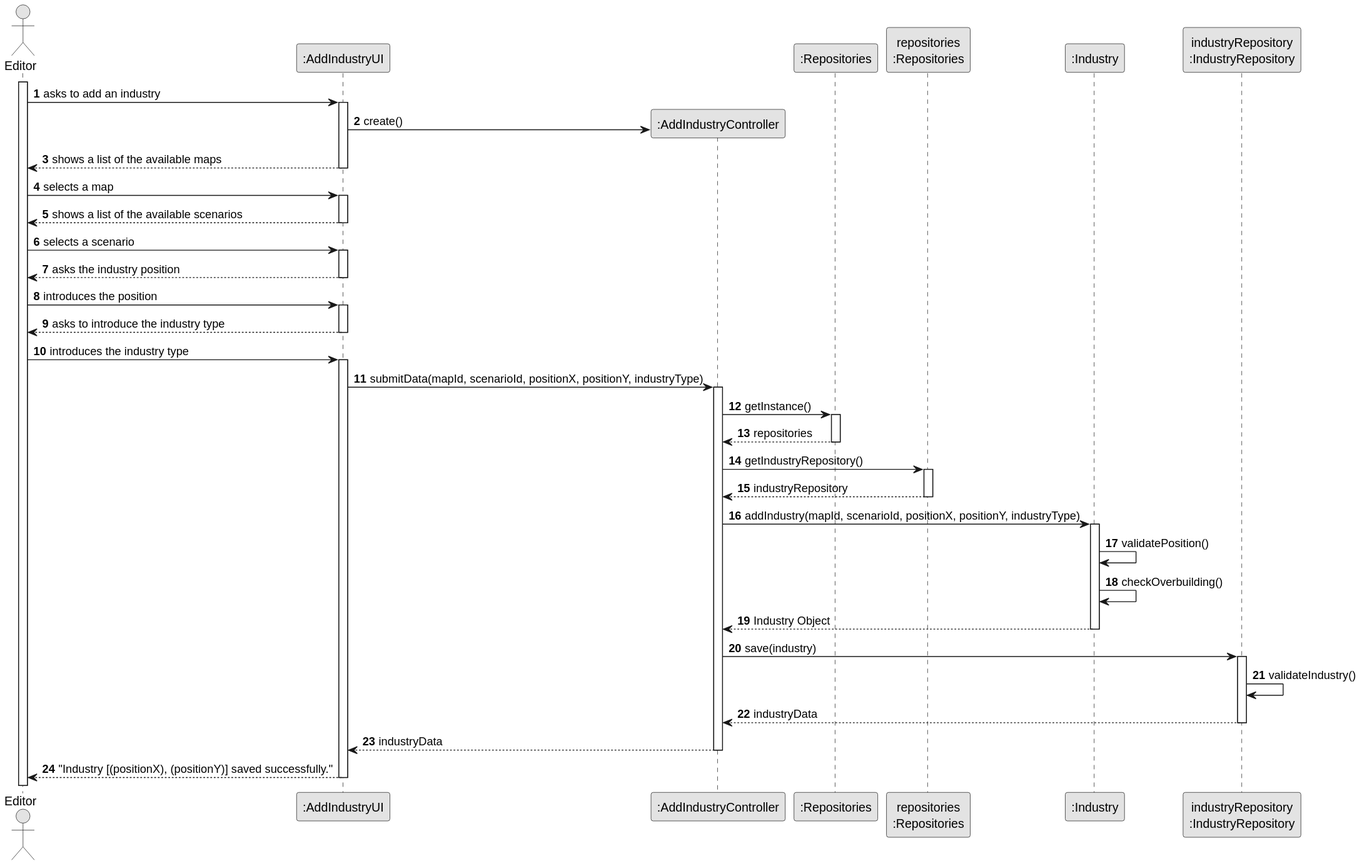
This is docs/sprint3/us002/03.design/svg/us002-sequence-diagram-full.svg from ivasduarte/all-aboard, a PlantUML export, as it was before one commit. The source it was exported from:
```plantuml
@startuml
skinparam monochrome true
skinparam packageStyle rectangle
skinparam shadowing false

autonumber

actor "Editor" as Editor
participant ":AddIndustryUI" as UI

activate Editor

Editor -> UI : asks to add an industry
activate UI

create ":AddIndustryController" as CTRL
UI -> CTRL : create()

participant ":Repositories" as REPS
participant "repositories\n:Repositories" as reps
participant ":Industry" as IND
participant "industryRepository\n:IndustryRepository" as repo

UI --> Editor : shows a list of the available maps
deactivate UI

Editor -> UI : selects a map
activate UI

UI --> Editor : shows a list of the available scenarios
deactivate UI

Editor -> UI : selects a scenario
activate UI

UI --> Editor : asks the industry position
deactivate UI

Editor -> UI : introduces the position
activate UI

UI --> Editor : asks to introduce the industry type
deactivate UI

Editor -> UI : introduces the industry type
activate UI

UI -> CTRL : submitData(mapId, scenarioId, positionX, positionY, industryType)
activate CTRL

CTRL -> REPS : getInstance()
activate  REPS

REPS --> CTRL : repositories
deactivate REPS

CTRL -> reps : getIndustryRepository()
activate reps

reps --> CTRL : industryRepository
deactivate reps

CTRL -> IND : addIndustry(mapId, scenarioId, positionX, positionY, industryType)
activate IND

IND -> IND : validatePosition()
IND -> IND : checkOverbuilding()

IND --> CTRL : Industry Object
deactivate IND

CTRL -> repo : save(industry)
activate repo

repo -> repo : validateIndustry()

repo --> CTRL : industryData
deactivate repo

CTRL --> UI : industryData
deactivate CTRL

UI --> Editor : "Industry [(positionX), (positionY)] saved successfully."
deactivate UI
@enduml
```
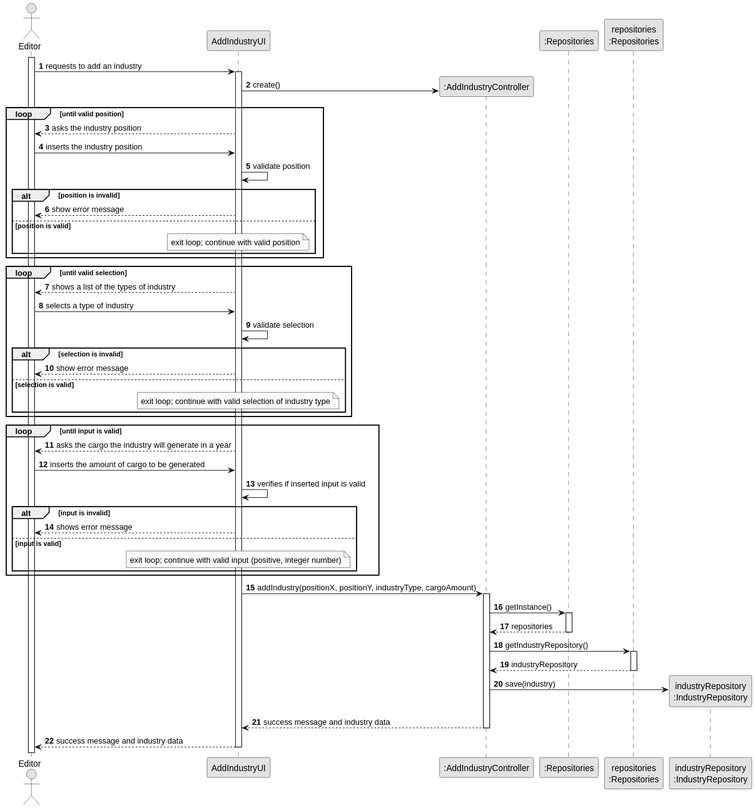
After the change.

Change to the diagram source:
```diff
@@ -5,81 +5,83 @@
 
 autonumber
 
-actor "Editor" as Editor
-participant ":AddIndustryUI" as UI
+actor Editor as player
+participant "AddIndustryUI" as UI
 
-activate Editor
+activate player
 
-Editor -> UI : asks to add an industry
+player -> UI : requests to add an industry
 activate UI
 
-create ":AddIndustryController" as CTRL
-UI -> CTRL : create()
+create ":AddIndustryController" as indCtrl
+UI -> indCtrl : create()
+
+loop until valid position
+
+UI --> player : asks the industry position
+player -> UI : inserts the industry position
+UI -> UI : validate position
+
+alt position is invalid
+UI --> player : show error message
+else position is valid
+Note over UI : exit loop; continue with valid position
+end
+
+end loop
+
+loop until valid selection
+
+UI --> player : shows a list of the types of industry
+player -> UI : selects a type of industry
+UI -> UI : validate selection
+
+alt selection is invalid
+UI --> player : show error message
+else selection is valid
+Note over UI : exit loop; continue with valid selection of industry type
+end
+
+end loop
+
+loop until input is valid
+
+UI --> player : asks the cargo the industry will generate in a year
+player -> UI : inserts the amount of cargo to be generated
+UI -> UI : verifies if inserted input is valid
+
+alt input is invalid
+UI --> player : shows error message
+else input is valid
+Note over UI : exit loop; continue with valid input (positive, integer number)
+end
+
+end loop
+
+UI -> indCtrl : addIndustry(positionX, positionY, industryType, cargoAmount)
+activate indCtrl
 
 participant ":Repositories" as REPS
 participant "repositories\n:Repositories" as reps
-participant ":Industry" as IND
-participant "industryRepository\n:IndustryRepository" as repo
 
-UI --> Editor : shows a list of the available maps
-deactivate UI
+indCtrl -> REPS : getInstance()
+activate REPS
 
-Editor -> UI : selects a map
-activate UI
-
-UI --> Editor : shows a list of the available scenarios
-deactivate UI
-
-Editor -> UI : selects a scenario
-activate UI
-
-UI --> Editor : asks the industry position
-deactivate UI
-
-Editor -> UI : introduces the position
-activate UI
-
-UI --> Editor : asks to introduce the industry type
-deactivate UI
-
-Editor -> UI : introduces the industry type
-activate UI
-
-UI -> CTRL : submitData(mapId, scenarioId, positionX, positionY, industryType)
-activate CTRL
-
-CTRL -> REPS : getInstance()
-activate  REPS
-
-REPS --> CTRL : repositories
+REPS --> indCtrl : repositories
 deactivate REPS
 
-CTRL -> reps : getIndustryRepository()
+indCtrl -> reps : getIndustryRepository()
 activate reps
 
-reps --> CTRL : industryRepository
+reps --> indCtrl : industryRepository
 deactivate reps
 
-CTRL -> IND : addIndustry(mapId, scenarioId, positionX, positionY, industryType)
-activate IND
+create "industryRepository\n:IndustryRepository" as indRepo
+indCtrl -> indRepo : save(industry)
 
-IND -> IND : validatePosition()
-IND -> IND : checkOverbuilding()
+indCtrl --> UI : success message and industry data
+deactivate indCtrl
 
-IND --> CTRL : Industry Object
-deactivate IND
-
-CTRL -> repo : save(industry)
-activate repo
-
-repo -> repo : validateIndustry()
-
-repo --> CTRL : industryData
-deactivate repo
-
-CTRL --> UI : industryData
-deactivate CTRL
-
-UI --> Editor : "Industry [(positionX), (positionY)] saved successfully."
+UI --> player : success message and industry data
 deactivate UI
 @enduml
```
